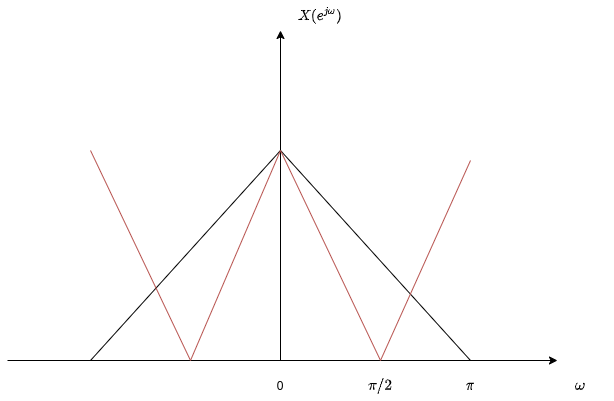
Earlier version of the draw.io export images/2021-11-09-subband_05.png (ClemensFMN/Journal). Source tidied: cells renumbered, new cells last; positions are measured from the earlier drawing's top-left corner, leaving out a move shared by most shapes.
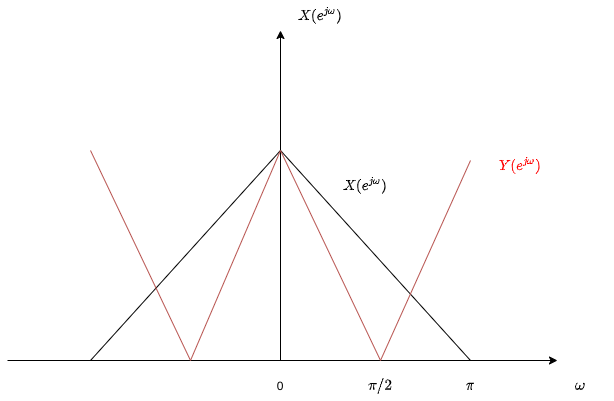
Later version of the same file.

Commit message:
subband coding up/downsampling

What changed in the source:
```diff
@@ -65,5 +65,11 @@
         <mxPoint x="273" y="150" as="targetPoint" />
       </mxGeometry>
     </mxCell>
+    <mxCell id="15" value="$$X(e^{j \omega})$$" style="text;html=1;strokeColor=none;fillColor=none;align=center;verticalAlign=middle;whiteSpace=wrap;rounded=0;" parent="1" vertex="1">
+      <mxGeometry x="328" y="170" width="60" height="30" as="geometry" />
+    </mxCell>
+    <mxCell id="16" value="$$Y(e^{j \omega})$$" style="text;html=1;align=center;verticalAlign=middle;whiteSpace=wrap;rounded=0;fontColor=#FF0000;" parent="1" vertex="1">
+      <mxGeometry x="483" y="150" width="60" height="30" as="geometry" />
+    </mxCell>
   </root>
 </mxGraphModel>
```
